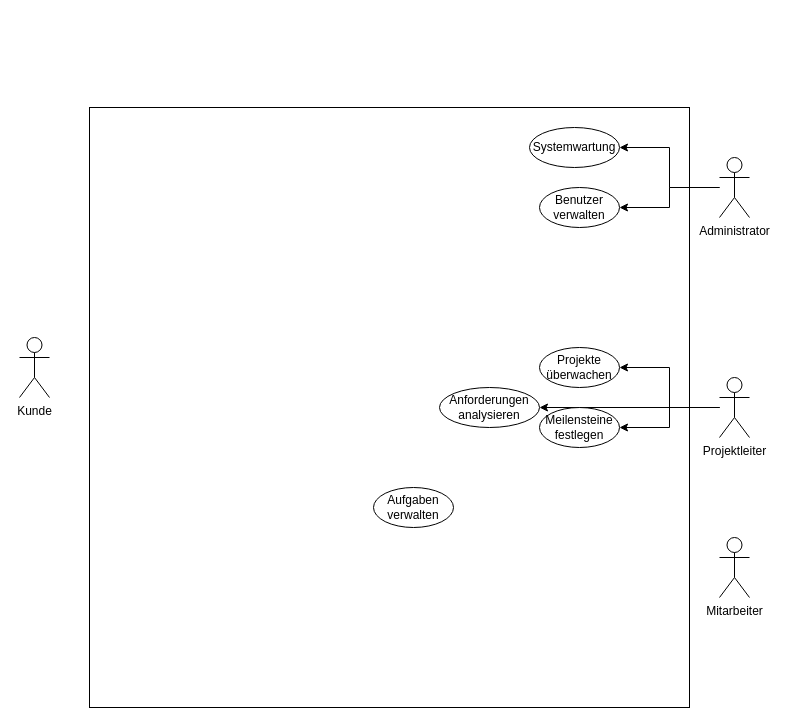
Before: UseCase.drawio in 0xj0n1/Grundlagen-Wirtschaftsinformatik-Charts, a draw.io diagram. Source tidied: cells renumbered, new cells numbered last; positions are measured from the earlier drawing's top-left corner, leaving out a move shared by most shapes. Both pictures are drawn from the tidied source at 100%, with x=0, y=0 at pixel (19, 107).
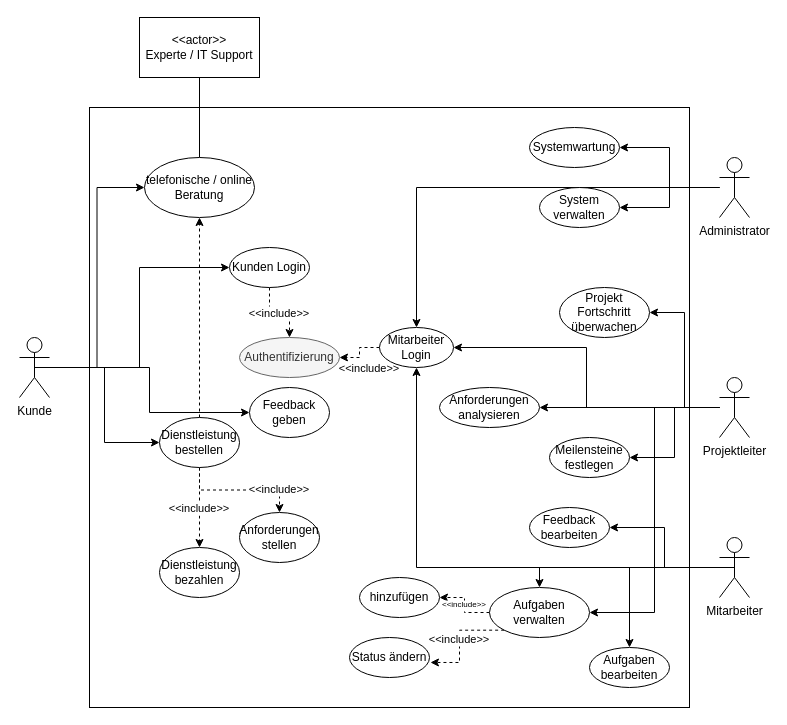
The same diagram, later.

Unchanged cells that the change refers to:
```xml
<mxCell id="3" value="Kunde" style="shape=umlActor;verticalLabelPosition=bottom;verticalAlign=top;html=1;outlineConnect=0;" parent="1" vertex="1">
  <mxGeometry y="230" width="30" height="60" as="geometry" />
</mxCell>
<mxCell id="6" value="Administrator" style="shape=umlActor;verticalLabelPosition=bottom;verticalAlign=top;html=1;outlineConnect=0;" parent="1" vertex="1">
  <mxGeometry x="700" y="50" width="30" height="60" as="geometry" />
</mxCell>
<mxCell id="10" value="Projektleiter" style="shape=umlActor;verticalLabelPosition=bottom;verticalAlign=top;html=1;outlineConnect=0;" parent="1" vertex="1">
  <mxGeometry x="700" y="270" width="30" height="60" as="geometry" />
</mxCell>
<mxCell id="16" value="Mitarbeiter" style="shape=umlActor;verticalLabelPosition=bottom;verticalAlign=top;html=1;outlineConnect=0;" parent="1" vertex="1">
  <mxGeometry x="700" y="430" width="30" height="60" as="geometry" />
</mxCell>
```

Diff of the diagram source:
```diff
@@
+    <mxCell id="18" style="edgeStyle=orthogonalEdgeStyle;rounded=0;jettySize=auto;html=1;entryX=0;entryY=0.5;entryDx=0;entryDy=0;" parent="1" edge="1" source="3" target="36">
+      <mxGeometry relative="1" as="geometry" />
+    </mxCell>
+    <mxCell id="19" style="edgeStyle=orthogonalEdgeStyle;rounded=0;jettySize=auto;html=1;entryX=0;entryY=0.5;entryDx=0;entryDy=0;" parent="1" edge="1" source="3" target="34">
+      <mxGeometry relative="1" as="geometry" />
+    </mxCell>
+    <mxCell id="20" style="edgeStyle=orthogonalEdgeStyle;rounded=0;jettySize=auto;html=1;entryX=0;entryY=0.5;entryDx=0;entryDy=0;" parent="1" edge="1" source="3" target="32">
+      <mxGeometry relative="1" as="geometry" />
+    </mxCell>
+    <mxCell id="21" style="edgeStyle=orthogonalEdgeStyle;rounded=0;jettySize=auto;html=1;exitX=0.5;exitY=0.5;exitDx=0;exitDy=0;exitPerimeter=0;entryX=0;entryY=0.5;entryDx=0;entryDy=0;" parent="1" edge="1" source="3" target="48">
+      <mxGeometry relative="1" as="geometry" />
+    </mxCell>
@@
+    <mxCell id="22" style="edgeStyle=orthogonalEdgeStyle;rounded=0;jettySize=auto;html=1;entryX=0.5;entryY=0;entryDx=0;entryDy=0;" parent="1" edge="1" source="6" target="38">
+      <mxGeometry relative="1" as="geometry" />
+    </mxCell>
@@
+    <mxCell id="23" style="edgeStyle=orthogonalEdgeStyle;rounded=0;jettySize=auto;html=1;entryX=1;entryY=0.5;entryDx=0;entryDy=0;" parent="1" edge="1" source="10" target="38">
+      <mxGeometry relative="1" as="geometry" />
+    </mxCell>
+    <mxCell id="24" style="edgeStyle=orthogonalEdgeStyle;rounded=0;jettySize=auto;html=1;entryX=1;entryY=0.5;entryDx=0;entryDy=0;" parent="1" edge="1" source="10" target="15">
+      <mxGeometry relative="1" as="geometry" />
+    </mxCell>
@@
-    <mxCell id="11" value="Benutzer verwalten" style="ellipse;whiteSpace=wrap;html=1;" parent="1" vertex="1">
+    <mxCell id="11" value="System verwalten" style="ellipse;whiteSpace=wrap;html=1;" parent="1" vertex="1">
       <mxGeometry x="520" y="80" width="80" height="40" as="geometry" />
     </mxCell>
@@
-    <mxCell id="13" value="Projekte überwachen" style="ellipse;whiteSpace=wrap;html=1;" parent="1" vertex="1">
-      <mxGeometry x="520" y="240" width="80" height="40" as="geometry" />
+    <mxCell id="13" value="Projekt Fortschritt überwachen" style="ellipse;whiteSpace=wrap;html=1;" parent="1" vertex="1">
+      <mxGeometry x="540" y="180" width="90" height="50" as="geometry" />
     </mxCell>
     <mxCell id="14" value="Meilensteine festlegen" style="ellipse;whiteSpace=wrap;html=1;" parent="1" vertex="1">
-      <mxGeometry x="520" y="300" width="80" height="40" as="geometry" />
+      <mxGeometry x="530" y="330" width="80" height="40" as="geometry" />
     </mxCell>
+    <mxCell id="25" value="&lt;&lt;include&gt;&gt;" style="edgeStyle=orthogonalEdgeStyle;rounded=0;jettySize=auto;exitX=0;exitY=0.5;exitDx=0;exitDy=0;entryX=1;entryY=0.5;entryDx=0;entryDy=0;dashed=1;fontSize=8;" parent="1" edge="1" source="15" target="44">
+      <mxGeometry relative="1" as="geometry" />
+    </mxCell>
     <mxCell id="15" value="Aufgaben verwalten" style="ellipse;whiteSpace=wrap;html=1;" parent="1" vertex="1">
-      <mxGeometry x="354" y="380" width="80" height="40" as="geometry" />
+      <mxGeometry x="470" y="480" width="100" height="50" as="geometry" />
     </mxCell>
+    <mxCell id="26" style="edgeStyle=orthogonalEdgeStyle;rounded=0;jettySize=auto;html=1;entryX=0.5;entryY=1;entryDx=0;entryDy=0;" parent="1" edge="1" source="16" target="38">
+      <mxGeometry relative="1" as="geometry" />
+    </mxCell>
+    <mxCell id="27" style="edgeStyle=orthogonalEdgeStyle;rounded=0;jettySize=auto;html=1;exitX=0.5;exitY=0.5;exitDx=0;exitDy=0;exitPerimeter=0;entryX=1;entryY=0.5;entryDx=0;entryDy=0;" parent="1" edge="1" source="16" target="49">
+      <mxGeometry relative="1" as="geometry" />
+    </mxCell>
+    <mxCell id="28" style="edgeStyle=orthogonalEdgeStyle;rounded=0;jettySize=auto;html=1;exitX=0.5;exitY=0.5;exitDx=0;exitDy=0;exitPerimeter=0;" parent="1" edge="1" source="16" target="46">
+      <mxGeometry relative="1" as="geometry" />
+    </mxCell>
@@
+    <mxCell id="29" value="&lt;&lt;include&gt;&gt;" style="edgeStyle=orthogonalEdgeStyle;rounded=0;jettySize=auto;dashed=1;" parent="1" edge="1" source="32" target="40">
+      <mxGeometry relative="1" as="geometry" />
+    </mxCell>
+    <mxCell id="30" value="&lt;&lt;include&gt;&gt;" style="edgeStyle=orthogonalEdgeStyle;rounded=0;jettySize=auto;dashed=1;spacing=-2;" parent="1" edge="1" source="32" target="41">
+      <mxGeometry x="0.64" y="-3" relative="1" as="geometry">
+        <mxPoint x="3" y="-2" as="offset" />
+      </mxGeometry>
+    </mxCell>
+    <mxCell id="31" style="edgeStyle=orthogonalEdgeStyle;rounded=0;jettySize=auto;html=1;exitX=0.5;exitY=0;exitDx=0;exitDy=0;entryX=0.5;entryY=1;entryDx=0;entryDy=0;dashed=1;" parent="1" edge="1" source="32" target="36">
+      <mxGeometry relative="1" as="geometry" />
+    </mxCell>
+    <mxCell id="32" value="Dienstleistung bestellen" style="ellipse;whiteSpace=wrap;html=1;" parent="1" vertex="1">
+      <mxGeometry x="140" y="310" width="80" height="50" as="geometry" />
+    </mxCell>
+    <mxCell id="33" value="&lt;&lt;include&gt;&gt;" style="edgeStyle=orthogonalEdgeStyle;rounded=0;jettySize=auto;exitX=0.5;exitY=1;exitDx=0;exitDy=0;entryX=0.5;entryY=0;entryDx=0;entryDy=0;dashed=1;" parent="1" edge="1" source="34" target="43">
+      <mxGeometry relative="1" as="geometry" />
+    </mxCell>
+    <mxCell id="34" value="Kunden Login" style="ellipse;whiteSpace=wrap;html=1;" parent="1" vertex="1">
+      <mxGeometry x="210" y="140" width="80" height="40" as="geometry" />
+    </mxCell>
+    <mxCell id="35" style="edgeStyle=orthogonalEdgeStyle;rounded=0;jettySize=auto;html=1;endArrow=none;startFill=0;" parent="1" edge="1" source="36" target="42">
+      <mxGeometry relative="1" as="geometry" />
+    </mxCell>
+    <mxCell id="36" value="telefonische / online Beratung" style="ellipse;whiteSpace=wrap;html=1;" parent="1" vertex="1">
+      <mxGeometry x="125" y="50" width="110" height="60" as="geometry" />
+    </mxCell>
+    <mxCell id="37" value="&lt;&lt;include&gt;&gt;" style="edgeStyle=orthogonalEdgeStyle;rounded=0;jettySize=auto;exitX=0;exitY=0.5;exitDx=0;exitDy=0;entryX=1;entryY=0.5;entryDx=0;entryDy=0;dashed=1;" parent="1" edge="1" source="38" target="43">
+      <mxGeometry x="0.2" y="14" relative="1" as="geometry">
+        <mxPoint x="10" y="-4" as="offset" />
+      </mxGeometry>
+    </mxCell>
+    <mxCell id="38" value="Mitarbeiter Login" style="ellipse;whiteSpace=wrap;html=1;" parent="1" vertex="1">
+      <mxGeometry x="360" y="220" width="74" height="40" as="geometry" />
+    </mxCell>
+    <mxCell id="39" style="edgeStyle=orthogonalEdgeStyle;rounded=0;jettySize=auto;html=1;entryX=0.5;entryY=0;entryDx=0;entryDy=0;" parent="1" edge="1" source="16" target="15">
+      <mxGeometry relative="1" as="geometry" />
+    </mxCell>
+    <mxCell id="40" value="Dienstleistung bezahlen" style="ellipse;whiteSpace=wrap;html=1;" parent="1" vertex="1">
+      <mxGeometry x="140" y="440" width="80" height="50" as="geometry" />
+    </mxCell>
+    <mxCell id="41" value="Anforderungen stellen" style="ellipse;whiteSpace=wrap;html=1;" parent="1" vertex="1">
+      <mxGeometry x="220" y="405" width="80" height="50" as="geometry" />
+    </mxCell>
+    <mxCell id="42" value="&amp;lt;&amp;lt;actor&amp;gt;&amp;gt;&lt;div&gt;Experte / IT Support&lt;/div&gt;" style="whiteSpace=wrap;html=1;" parent="1" vertex="1">
+      <mxGeometry x="120" y="-90" width="120" height="60" as="geometry" />
+    </mxCell>
+    <mxCell id="43" value="Authentifizierung" style="ellipse;whiteSpace=wrap;html=1;fillColor=#f5f5f5;fontColor=#333333;strokeColor=#666666;" parent="1" vertex="1">
+      <mxGeometry x="220" y="230" width="100" height="40" as="geometry" />
+    </mxCell>
+    <mxCell id="44" value="hinzufügen" style="ellipse;whiteSpace=wrap;html=1;" parent="1" vertex="1">
+      <mxGeometry x="340" y="470" width="80" height="40" as="geometry" />
+    </mxCell>
+    <mxCell id="45" value="Status ändern" style="ellipse;whiteSpace=wrap;html=1;" parent="1" vertex="1">
+      <mxGeometry x="330" y="530" width="80" height="40" as="geometry" />
+    </mxCell>
+    <mxCell id="46" value="Aufgaben bearbeiten" style="ellipse;whiteSpace=wrap;html=1;" parent="1" vertex="1">
+      <mxGeometry x="570" y="540" width="80" height="40" as="geometry" />
+    </mxCell>
+    <mxCell id="47" value="&lt;&lt;include&gt;&gt;" style="edgeStyle=orthogonalEdgeStyle;rounded=0;jettySize=auto;exitX=0;exitY=1;exitDx=0;exitDy=0;entryX=1.012;entryY=0.624;entryDx=0;entryDy=0;entryPerimeter=0;dashed=1;" parent="1" edge="1" source="15" target="45">
+      <mxGeometry relative="1" as="geometry" />
+    </mxCell>
+    <mxCell id="48" value="Feedback geben" style="ellipse;whiteSpace=wrap;html=1;" parent="1" vertex="1">
+      <mxGeometry x="230" y="280" width="80" height="50" as="geometry" />
+    </mxCell>
+    <mxCell id="49" value="Feedback bearbeiten" style="ellipse;whiteSpace=wrap;html=1;" parent="1" vertex="1">
+      <mxGeometry x="510" y="400" width="80" height="40" as="geometry" />
+    </mxCell>
```
